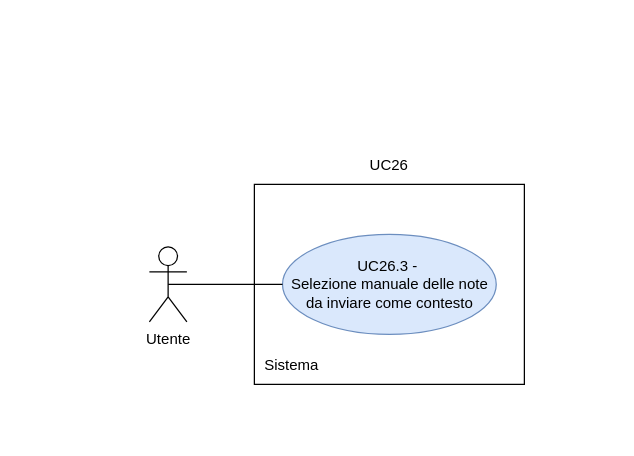
This is RTB/doc_esterna/analisi-dei-requisiti/assets/draw.io/UC26.3.drawio from thebitless-group-swe/thebitless.github.io, a draw.io file, before an edit. Source tidied: cells renumbered, new cells numbered last; positions are measured from the earlier drawing's top-left corner, leaving out a move shared by most shapes. Both pictures are drawn from the tidied source at 125%, with x=0, y=0 at pixel (149, 146).
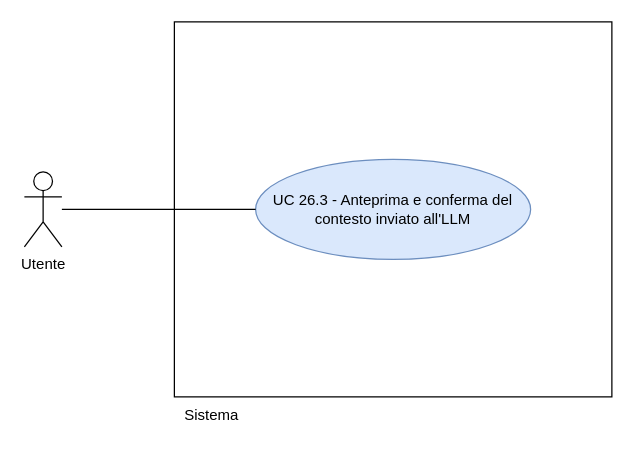
Above is the later version.

The edit, as a diff of the source:
```diff
@@
 <mxGraphModel>
   <root>
     <mxCell id="0" />
     <mxCell id="1" parent="0" />
-    <mxCell id="2" style="rounded=0;whiteSpace=wrap;html=1;" parent="1" vertex="1">
-      <mxGeometry x="84" y="30" width="216" height="160" as="geometry" />
-    </mxCell>
     <mxCell id="3" value="Utente" style="shape=umlActor;verticalLabelPosition=bottom;verticalAlign=top;html=1;outlineConnect=0;" parent="1" vertex="1">
-      <mxGeometry y="80" width="30" height="60" as="geometry" />
+      <mxGeometry x="-100" y="20" width="30" height="60" as="geometry" />
     </mxCell>
-    <mxCell id="4" value="UC26.3 -&amp;nbsp;&lt;div&gt;Selezione manuale delle note da inviare come contesto&lt;/div&gt;" style="ellipse;whiteSpace=wrap;html=1;fillColor=#dae8fc;strokeColor=#6c8ebf;" parent="1" vertex="1">
-      <mxGeometry x="106.5" y="70" width="171" height="80" as="geometry" />
-    </mxCell>
-    <mxCell id="5" style="endArrow=none;html=1;rounded=0;exitX=0.5;exitY=0.5;exitDx=0;exitDy=0;exitPerimeter=0;entryX=0;entryY=0.5;entryDx=0;entryDy=0;" parent="1" edge="1" source="3" target="4">
-      <mxGeometry relative="1" as="geometry" />
-    </mxCell>
-    <mxCell id="6" value="UC26" style="text;html=1;whiteSpace=wrap;strokeColor=none;fillColor=none;align=center;verticalAlign=middle;rounded=0;" parent="1" vertex="1">
-      <mxGeometry x="162" width="60" height="30" as="geometry" />
-    </mxCell>
+    <mxCell id="8" style="whiteSpace=wrap;html=1;" parent="1" vertex="1">
+      <mxGeometry x="20" y="-100" width="350" height="300" as="geometry" />
+    </mxCell>
     <mxCell id="7" value="Sistema" style="text;html=1;whiteSpace=wrap;strokeColor=none;fillColor=none;align=center;verticalAlign=middle;rounded=0;" parent="1" vertex="1">
-      <mxGeometry x="84" y="160" width="60" height="30" as="geometry" />
+      <mxGeometry x="20" y="200" width="60" height="30" as="geometry" />
     </mxCell>
+    <mxCell id="9" value="UC 26.3 - Anteprima e conferma del contesto inviato all'LLM" style="ellipse;whiteSpace=wrap;html=1;fillColor=#dae8fc;strokeColor=#6c8ebf;" parent="1" vertex="1">
+      <mxGeometry x="85" y="10" width="220" height="80" as="geometry" />
+    </mxCell>
+    <mxCell id="10" style="edgeStyle=none;rounded=0;jettySize=auto;html=1;endArrow=none;endFill=0;" parent="1" edge="1" source="3" target="9">
+      <mxGeometry relative="1" as="geometry" />
+    </mxCell>
   </root>
 </mxGraphModel>
```
